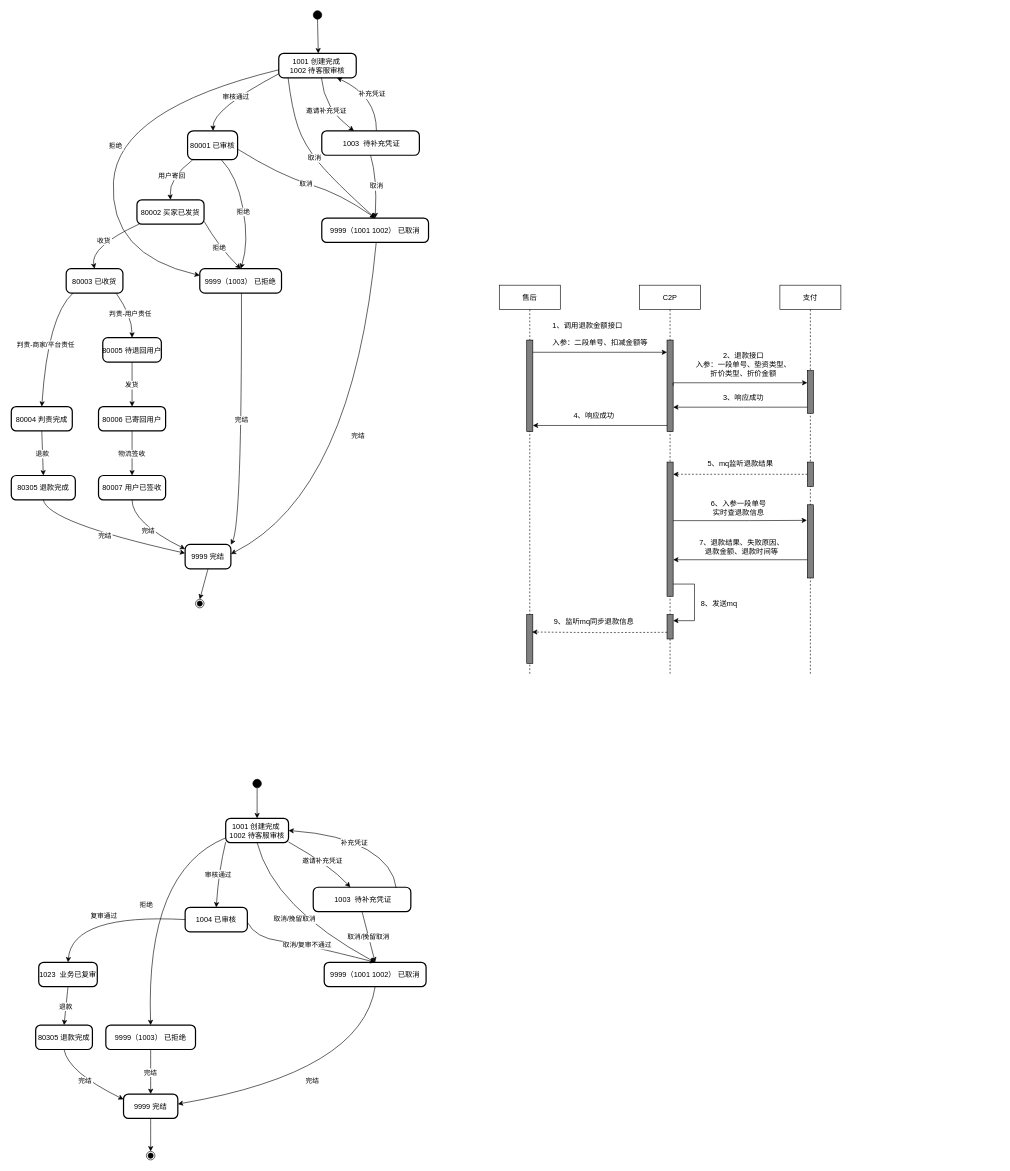
Above: 售后单状态机.drawio in Eiji1422/diagrams (draw.io), before the change. Source tidied: cells renumbered, new cells numbered last; positions are measured from the earlier drawing's top-left corner, leaving out a move shared by most shapes. Both pictures are drawn from the tidied source at 61%, with x=0, y=0 at pixel (11, 10).
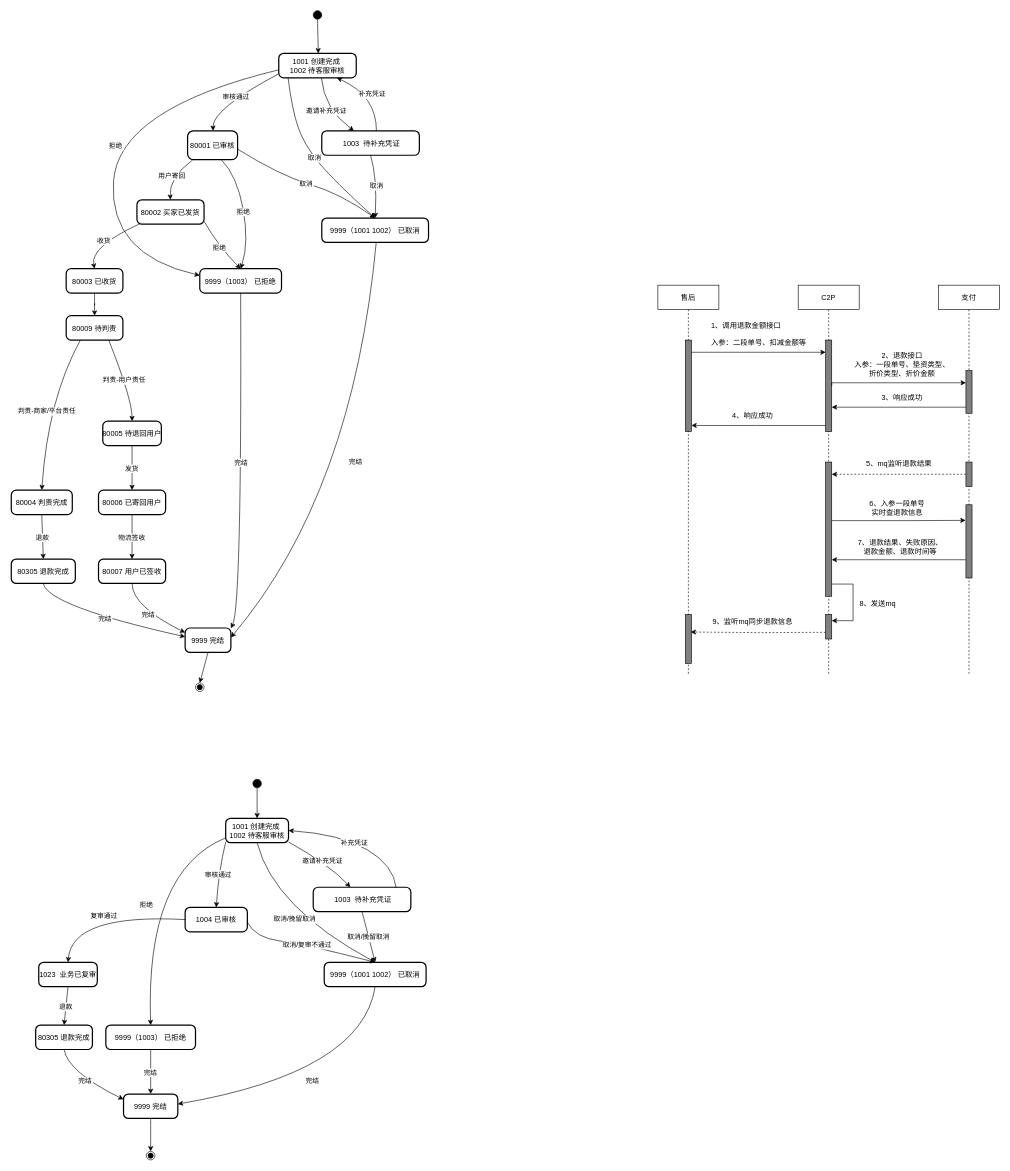
The same diagram, later.

Commit message:
更新售后单状态机.drawio

The change refers to these unchanged cells:
```xml
<mxCell id="6" value="9999（1003） 已拒绝" style="rounded=1;arcSize=20;strokeWidth=2;" parent="1" vertex="1">
  <mxGeometry x="309" y="423" width="134" height="40" as="geometry" />
</mxCell>
<mxCell id="9" value="80003 已收货" style="rounded=1;arcSize=20;strokeWidth=2;" parent="1" vertex="1">
  <mxGeometry x="90" y="423" width="93" height="40" as="geometry" />
</mxCell>
<mxCell id="64" style="html=1;points=[[0,0,0,0,5],[0,1,0,0,-5],[1,0,0,0,5],[1,1,0,0,-5]];perimeter=orthogonalPerimeter;outlineConnect=0;targetShapes=umlLifeline;portConstraint=eastwest;newEdgeStyle={&quot;curved&quot;:0,&quot;rounded&quot;:0};fillColor=#808080;" parent="63" vertex="1">
  <mxGeometry x="45" y="90" width="10" height="150" as="geometry" />
</mxCell>
<mxCell id="66" style="html=1;points=[[0,0,0,0,5],[0,1,0,0,-5],[1,0,0,0,5],[1,1,0,0,-5]];perimeter=orthogonalPerimeter;outlineConnect=0;targetShapes=umlLifeline;portConstraint=eastwest;newEdgeStyle={&quot;curved&quot;:0,&quot;rounded&quot;:0};fillColor=#808080;" parent="63" vertex="1">
  <mxGeometry x="45" y="290" width="10" height="220" as="geometry" />
</mxCell>
<mxCell id="69" style="html=1;points=[[0,0,0,0,5],[0,1,0,0,-5],[1,0,0,0,5],[1,1,0,0,-5]];perimeter=orthogonalPerimeter;outlineConnect=0;targetShapes=umlLifeline;portConstraint=eastwest;newEdgeStyle={&quot;curved&quot;:0,&quot;rounded&quot;:0};fillColor=#808080;" parent="68" vertex="1">
  <mxGeometry x="45" y="90" width="10" height="150" as="geometry" />
</mxCell>
<mxCell id="72" style="html=1;points=[[0,0,0,0,5],[0,1,0,0,-5],[1,0,0,0,5],[1,1,0,0,-5]];perimeter=orthogonalPerimeter;outlineConnect=0;targetShapes=umlLifeline;portConstraint=eastwest;newEdgeStyle={&quot;curved&quot;:0,&quot;rounded&quot;:0};fillColor=#808080;" parent="71" vertex="1">
  <mxGeometry x="45" y="140" width="10" height="70" as="geometry" />
</mxCell>
<mxCell id="73" style="html=1;points=[[0,0,0,0,5],[0,1,0,0,-5],[1,0,0,0,5],[1,1,0,0,-5]];perimeter=orthogonalPerimeter;outlineConnect=0;targetShapes=umlLifeline;portConstraint=eastwest;newEdgeStyle={&quot;curved&quot;:0,&quot;rounded&quot;:0};fillColor=#808080;" parent="71" vertex="1">
  <mxGeometry x="45" y="290" width="10" height="40" as="geometry" />
</mxCell>
<mxCell id="74" style="html=1;points=[[0,0,0,0,5],[0,1,0,0,-5],[1,0,0,0,5],[1,1,0,0,-5]];perimeter=orthogonalPerimeter;outlineConnect=0;targetShapes=umlLifeline;portConstraint=eastwest;newEdgeStyle={&quot;curved&quot;:0,&quot;rounded&quot;:0};fillColor=#808080;" parent="71" vertex="1">
  <mxGeometry x="45" y="360" width="10" height="120" as="geometry" />
</mxCell>
```

The edit, as a diff of the source:
```diff
@@
+    <mxCell id="92" style="edgeStyle=orthogonalEdgeStyle;rounded=0;jettySize=auto;html=1;" parent="1" edge="1" source="9" target="93">
+      <mxGeometry relative="1" as="geometry" />
+    </mxCell>
@@
     <mxCell id="10" value="80004 判责完成" style="rounded=1;arcSize=20;strokeWidth=2;" parent="1" vertex="1">
-      <mxGeometry y="649" width="100" height="40" as="geometry" />
+      <mxGeometry y="786" width="100" height="40" as="geometry" />
     </mxCell>
     <mxCell id="11" value="80005 待退回用户" style="rounded=1;arcSize=20;strokeWidth=2;" parent="1" vertex="1">
-      <mxGeometry x="150" y="536" width="96" height="40" as="geometry" />
+      <mxGeometry x="150" y="673" width="96" height="40" as="geometry" />
     </mxCell>
     <mxCell id="12" value="80305 退款完成" style="rounded=1;arcSize=20;strokeWidth=2;" parent="1" vertex="1">
-      <mxGeometry y="762" width="105" height="40" as="geometry" />
+      <mxGeometry y="899" width="105" height="40" as="geometry" />
     </mxCell>
     <mxCell id="13" value="9999 完结" style="rounded=1;arcSize=20;strokeWidth=2;" parent="1" vertex="1">
-      <mxGeometry x="285" y="875" width="75" height="40" as="geometry" />
+      <mxGeometry x="285" y="1012" width="75" height="40" as="geometry" />
     </mxCell>
     <mxCell id="14" value="80006 已寄回用户" style="rounded=1;arcSize=20;strokeWidth=2;" parent="1" vertex="1">
-      <mxGeometry x="143" y="649" width="110" height="40" as="geometry" />
+      <mxGeometry x="143" y="786" width="110" height="40" as="geometry" />
     </mxCell>
     <mxCell id="15" value="80007 用户已签收" style="rounded=1;arcSize=20;strokeWidth=2;" parent="1" vertex="1">
-      <mxGeometry x="143" y="762" width="110" height="40" as="geometry" />
+      <mxGeometry x="143" y="899" width="110" height="40" as="geometry" />
     </mxCell>
     <mxCell id="16" style="ellipse;shape=endState;fillColor=strokeColor;" parent="1" vertex="1">
-      <mxGeometry x="302" y="965" width="14" height="14" as="geometry" />
+      <mxGeometry x="302" y="1102" width="14" height="14" as="geometry" />
     </mxCell>
@@
-    <mxCell id="29" value="判责-商家/平台责任" style="curved=1;startArrow=none;exitX=0.12;exitY=1;entryX=0.5;entryY=0;rounded=0;" parent="1" edge="1" source="9" target="10">
+    <mxCell id="29" value="判责-商家/平台责任" style="curved=1;startArrow=none;exitX=0.25;exitY=1;entryX=0.5;entryY=0;rounded=0;exitDx=0;exitDy=0;" parent="1" edge="1" source="93" target="10">
       <mxGeometry relative="1" as="geometry">
         <Array as="points">
-          <mxPoint x="60" y="500" />
+          <mxPoint x="60" y="637" />
         </Array>
       </mxGeometry>
     </mxCell>
-    <mxCell id="30" value="判责-用户责任" style="curved=1;startArrow=none;exitX=0.88;exitY=1;entryX=0.5;entryY=0;rounded=0;" parent="1" edge="1" source="9" target="11">
+    <mxCell id="30" value="判责-用户责任" style="curved=1;startArrow=none;exitX=0.75;exitY=1;entryX=0.5;entryY=0;rounded=0;exitDx=0;exitDy=0;" parent="1" edge="1" source="93" target="11">
       <mxGeometry relative="1" as="geometry">
         <Array as="points">
-          <mxPoint x="198" y="500" />
+          <mxPoint x="198" y="637" />
         </Array>
       </mxGeometry>
     </mxCell>
@@
     <mxCell id="32" value="完结" style="curved=1;startArrow=none;exitX=0.5;exitY=1;entryX=0;entryY=0.36;rounded=0;" parent="1" edge="1" source="12" target="13">
       <mxGeometry relative="1" as="geometry">
         <Array as="points">
-          <mxPoint x="60" y="839" />
+          <mxPoint x="60" y="976" />
         </Array>
       </mxGeometry>
     </mxCell>
@@
     <mxCell id="35" value="完结" style="curved=1;startArrow=none;exitX=0.5;exitY=1;entryX=0;entryY=0.19;rounded=0;" parent="1" edge="1" source="15" target="13">
       <mxGeometry relative="1" as="geometry">
         <Array as="points">
-          <mxPoint x="198" y="839" />
+          <mxPoint x="198" y="976" />
         </Array>
       </mxGeometry>
     </mxCell>
-    <mxCell id="36" value="完结" style="curved=1;startArrow=none;exitX=0.51;exitY=1;entryX=1;entryY=0.01;rounded=0;" parent="1" edge="1" source="6" target="13">
+    <mxCell id="36" value="完结" style="curved=1;startArrow=none;exitX=0.5;exitY=1;entryX=1;entryY=0.01;rounded=0;exitDx=0;exitDy=0;" parent="1" edge="1" source="6" target="13">
       <mxGeometry relative="1" as="geometry">
         <Array as="points">
-          <mxPoint x="378" y="839" />
+          <mxPoint x="378" y="976" />
         </Array>
       </mxGeometry>
     </mxCell>
@@
     <mxCell id="63" value="C2P" style="shape=umlLifeline;perimeter=lifelinePerimeter;whiteSpace=wrap;html=1;newEdgeStyle={&quot;edgeStyle&quot;:&quot;elbowEdgeStyle&quot;,&quot;elbow&quot;:&quot;vertical&quot;,&quot;curved&quot;:0,&quot;rounded&quot;:0};" parent="1" vertex="1">
-      <mxGeometry x="1030" y="450" width="100" height="640" as="geometry" />
+      <mxGeometry x="1290" y="450" width="100" height="640" as="geometry" />
     </mxCell>
@@
     <mxCell id="68" value="售后" style="shape=umlLifeline;perimeter=lifelinePerimeter;whiteSpace=wrap;html=1;newEdgeStyle={&quot;edgeStyle&quot;:&quot;elbowEdgeStyle&quot;,&quot;elbow&quot;:&quot;vertical&quot;,&quot;curved&quot;:0,&quot;rounded&quot;:0};" parent="1" vertex="1">
-      <mxGeometry x="800" y="450" width="100" height="640" as="geometry" />
+      <mxGeometry x="1060" y="450" width="100" height="640" as="geometry" />
     </mxCell>
@@
     <mxCell id="71" value="支付" style="shape=umlLifeline;perimeter=lifelinePerimeter;whiteSpace=wrap;html=1;newEdgeStyle={&quot;edgeStyle&quot;:&quot;elbowEdgeStyle&quot;,&quot;elbow&quot;:&quot;vertical&quot;,&quot;curved&quot;:0,&quot;rounded&quot;:0};" parent="1" vertex="1">
-      <mxGeometry x="1260" y="450" width="100" height="640" as="geometry" />
+      <mxGeometry x="1520" y="450" width="100" height="640" as="geometry" />
     </mxCell>
@@
     <mxCell id="75" value="&lt;div style=&quot;text-align: left;&quot;&gt;&lt;span style=&quot;background-color: transparent; color: light-dark(rgb(0, 0, 0), rgb(255, 255, 255));&quot;&gt;1、调用退款金额接口&lt;/span&gt;&lt;/div&gt;&lt;div style=&quot;text-align: left;&quot;&gt;&lt;span style=&quot;background-color: transparent; color: light-dark(rgb(0, 0, 0), rgb(255, 255, 255));&quot;&gt;&lt;br&gt;&lt;/span&gt;&lt;/div&gt;&lt;div&gt;&lt;div style=&quot;text-align: left;&quot;&gt;&lt;span style=&quot;background-color: transparent; color: light-dark(rgb(0, 0, 0), rgb(255, 255, 255));&quot;&gt;入参：&lt;/span&gt;&lt;span style=&quot;background-color: transparent; color: light-dark(rgb(0, 0, 0), rgb(255, 255, 255));&quot;&gt;二段单号、扣减金额等&lt;/span&gt;&lt;/div&gt;&lt;/div&gt;" style="text;html=1;align=center;verticalAlign=middle;strokeColor=none;fillColor=none;" parent="1" vertex="1">
-      <mxGeometry x="875" y="500" width="180" height="60" as="geometry" />
+      <mxGeometry x="1135" y="500" width="180" height="60" as="geometry" />
     </mxCell>
     <mxCell id="76" style="edgeStyle=orthogonalEdgeStyle;rounded=0;jettySize=auto;html=1;curved=0;" parent="1" edge="1" source="69" target="64">
       <mxGeometry relative="1" as="geometry">
         <Array as="points">
-          <mxPoint x="970" y="560" />
-          <mxPoint x="970" y="560" />
+          <mxPoint x="1230" y="560" />
+          <mxPoint x="1230" y="560" />
         </Array>
       </mxGeometry>
     </mxCell>
     <mxCell id="77" style="edgeStyle=orthogonalEdgeStyle;rounded=0;jettySize=auto;html=1;curved=0;" parent="1" edge="1" target="72">
       <mxGeometry relative="1" as="geometry">
-        <mxPoint x="1085" y="615" as="sourcePoint" />
+        <mxPoint x="1345" y="615" as="sourcePoint" />
         <Array as="points">
-          <mxPoint x="1085" y="610" />
+          <mxPoint x="1345" y="610" />
         </Array>
       </mxGeometry>
     </mxCell>
     <mxCell id="78" value="2、退款接口&lt;div&gt;入参：一段单号、垫资类型、&lt;br&gt;折价类型、折价金额&lt;/div&gt;" style="text;html=1;align=center;verticalAlign=middle;strokeColor=none;fillColor=none;" parent="1" vertex="1">
-      <mxGeometry x="1110" y="550" width="180" height="60" as="geometry" />
+      <mxGeometry x="1370" y="550" width="180" height="60" as="geometry" />
     </mxCell>
     <mxCell id="79" style="edgeStyle=orthogonalEdgeStyle;rounded=0;jettySize=auto;html=1;curved=0;" parent="1" edge="1" source="72" target="64">
       <mxGeometry relative="1" as="geometry">
         <Array as="points">
-          <mxPoint x="1200" y="650" />
-          <mxPoint x="1200" y="650" />
+          <mxPoint x="1460" y="650" />
+          <mxPoint x="1460" y="650" />
         </Array>
       </mxGeometry>
     </mxCell>
     <mxCell id="80" value="3、响应成功" style="text;html=1;align=center;verticalAlign=middle;strokeColor=none;fillColor=none;" parent="1" vertex="1">
-      <mxGeometry x="1155" y="619" width="90" height="30" as="geometry" />
+      <mxGeometry x="1415" y="619" width="90" height="30" as="geometry" />
     </mxCell>
     <mxCell id="81" style="edgeStyle=orthogonalEdgeStyle;rounded=0;jettySize=auto;html=1;curved=0;" parent="1" edge="1" source="64" target="69">
       <mxGeometry relative="1" as="geometry">
         <Array as="points">
-          <mxPoint x="960" y="680" />
-          <mxPoint x="960" y="680" />
+          <mxPoint x="1220" y="680" />
+          <mxPoint x="1220" y="680" />
         </Array>
       </mxGeometry>
     </mxCell>
     <mxCell id="82" value="4、响应成功" style="text;html=1;align=center;verticalAlign=middle;strokeColor=none;fillColor=none;" parent="1" vertex="1">
-      <mxGeometry x="910" y="649" width="90" height="30" as="geometry" />
+      <mxGeometry x="1170" y="649" width="90" height="30" as="geometry" />
     </mxCell>
     <mxCell id="83" style="edgeStyle=orthogonalEdgeStyle;rounded=0;jettySize=auto;html=1;curved=0;dashed=1;" parent="1" edge="1" source="73" target="66">
       <mxGeometry relative="1" as="geometry">
         <Array as="points">
-          <mxPoint x="1140" y="760" />
-          <mxPoint x="1140" y="760" />
+          <mxPoint x="1400" y="760" />
+          <mxPoint x="1400" y="760" />
         </Array>
       </mxGeometry>
     </mxCell>
     <mxCell id="84" value="5、mq监听退款结果" style="text;html=1;align=center;verticalAlign=middle;strokeColor=none;fillColor=none;" parent="1" vertex="1">
-      <mxGeometry x="1130" y="728" width="130" height="30" as="geometry" />
+      <mxGeometry x="1390" y="728" width="130" height="30" as="geometry" />
     </mxCell>
     <mxCell id="85" value="6、入参一段单号&lt;br&gt;实时查退款信息" style="text;html=1;align=center;verticalAlign=middle;strokeColor=none;fillColor=none;" parent="1" vertex="1">
-      <mxGeometry x="1137" y="796" width="110" height="40" as="geometry" />
+      <mxGeometry x="1397" y="796" width="110" height="40" as="geometry" />
     </mxCell>
     <mxCell id="86" style="edgeStyle=orthogonalEdgeStyle;rounded=0;jettySize=auto;html=1;curved=0;entryX=-0.065;entryY=0.213;entryDx=0;entryDy=0;entryPerimeter=0;" parent="1" edge="1" source="66" target="74">
       <mxGeometry relative="1" as="geometry">
         <Array as="points">
-          <mxPoint x="1210" y="836" />
-          <mxPoint x="1210" y="836" />
+          <mxPoint x="1470" y="836" />
+          <mxPoint x="1470" y="836" />
         </Array>
       </mxGeometry>
     </mxCell>
     <mxCell id="87" style="edgeStyle=orthogonalEdgeStyle;rounded=0;orthogonalLoop=1;jettySize=auto;html=1;curved=0;" parent="1" edge="1">
       <mxGeometry relative="1" as="geometry">
-        <mxPoint x="1305" y="900.1" as="sourcePoint" />
-        <mxPoint x="1085" y="900.1" as="targetPoint" />
+        <mxPoint x="1565" y="900.1" as="sourcePoint" />
+        <mxPoint x="1345" y="900.1" as="targetPoint" />
         <Array as="points">
-          <mxPoint x="1200" y="900" />
-          <mxPoint x="1200" y="900" />
+          <mxPoint x="1460" y="900" />
+          <mxPoint x="1460" y="900" />
         </Array>
       </mxGeometry>
     </mxCell>
     <mxCell id="88" value="7、退款结果、失败原因、&lt;br&gt;退款金额、退款时间等" style="text;html=1;align=center;verticalAlign=middle;strokeColor=none;fillColor=none;" parent="1" vertex="1">
-      <mxGeometry x="1117" y="860" width="160" height="40" as="geometry" />
+      <mxGeometry x="1377" y="860" width="160" height="40" as="geometry" />
     </mxCell>
     <mxCell id="89" value="8、发送mq" style="text;html=1;align=center;verticalAlign=middle;strokeColor=none;fillColor=none;" parent="1" vertex="1">
-      <mxGeometry x="1120" y="957" width="80" height="30" as="geometry" />
+      <mxGeometry x="1380" y="957" width="80" height="30" as="geometry" />
     </mxCell>
     <mxCell id="90" style="edgeStyle=orthogonalEdgeStyle;rounded=0;orthogonalLoop=1;jettySize=auto;html=1;curved=0;entryX=0.876;entryY=0.245;entryDx=0;entryDy=0;entryPerimeter=0;dashed=1;" parent="1" edge="1">
       <mxGeometry relative="1" as="geometry">
-        <mxPoint x="1075" y="1019.1" as="sourcePoint" />
-        <mxPoint x="853.8" y="1018.6" as="targetPoint" />
+        <mxPoint x="1335" y="1019.1" as="sourcePoint" />
+        <mxPoint x="1113.8" y="1018.6" as="targetPoint" />
       </mxGeometry>
     </mxCell>
     <mxCell id="91" value="9、监听mq同步退款信息" style="text;html=1;align=center;verticalAlign=middle;strokeColor=none;fillColor=none;" parent="1" vertex="1">
-      <mxGeometry x="880" y="987" width="150" height="30" as="geometry" />
+      <mxGeometry x="1140" y="987" width="150" height="30" as="geometry" />
     </mxCell>
+    <mxCell id="93" value="80009 待判责" style="rounded=1;arcSize=20;strokeWidth=2;" parent="1" vertex="1">
+      <mxGeometry x="90" y="500" width="93" height="40" as="geometry" />
+    </mxCell>
```
